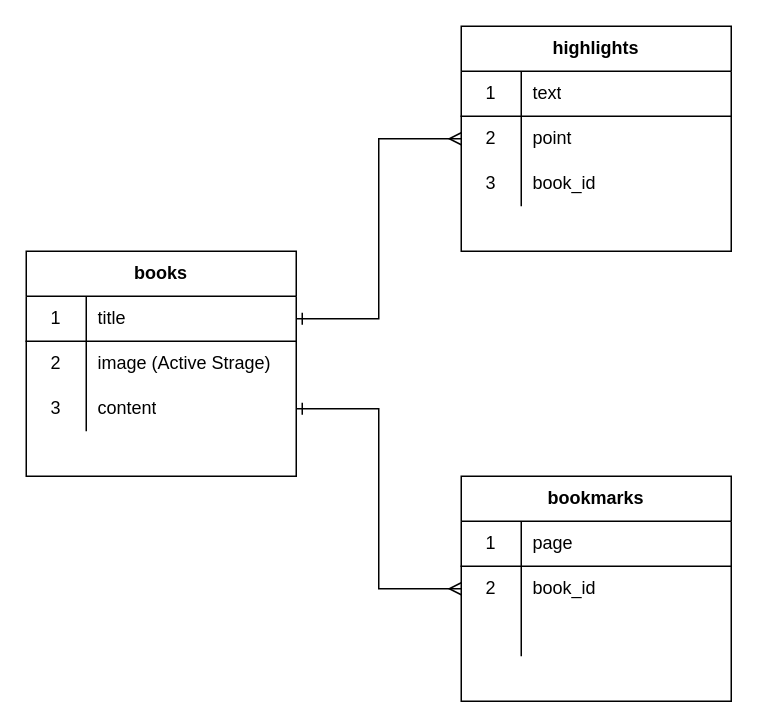
hiro-mu/book_smart keeps this draw.io diagram as database.dio. Above is the earlier version. Source tidied: cells renumbered, new cells numbered last; positions are measured from the earlier drawing's top-left corner, leaving out a move shared by most shapes. Both pictures are drawn from the tidied source at 150%, with x=0, y=0 at pixel (26, 26).
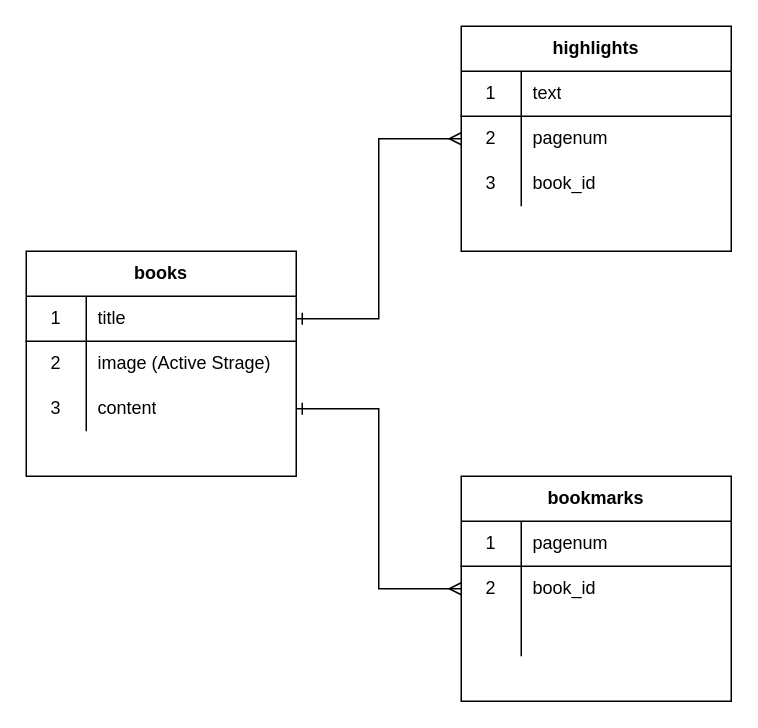
The same page after the edit.

The change refers to these unchanged cells:
```xml
<mxCell id="16" style="shape=partialRectangle;html=1;whiteSpace=wrap;fillColor=none;top=0;left=0;bottom=0;right=0;points=[[0,0.5],[1,0.5]];portConstraint=eastwest;" parent="12" vertex="1">
  <mxGeometry y="60" width="180" height="30" as="geometry" />
</mxCell>
<mxCell id="23" style="shape=partialRectangle;html=1;whiteSpace=wrap;fillColor=none;top=0;left=0;bottom=1;right=0;" parent="22" vertex="1">
  <mxGeometry y="30" width="180" height="30" as="geometry" />
</mxCell>
```

The edit, as a diff of the source:
```diff
@@
-    <mxCell id="18" value="point" style="shape=partialRectangle;html=1;whiteSpace=wrap;fillColor=none;top=0;left=0;bottom=0;right=0;align=left;spacingLeft=6;overflow=hidden;" parent="16" vertex="1">
+    <mxCell id="18" value="pagenum" style="shape=partialRectangle;html=1;whiteSpace=wrap;fillColor=none;top=0;left=0;bottom=0;right=0;align=left;spacingLeft=6;overflow=hidden;" parent="16" vertex="1">
       <mxGeometry x="40" width="140" height="30" as="geometry" />
     </mxCell>
@@
-    <mxCell id="25" value="page" style="shape=partialRectangle;html=1;whiteSpace=wrap;fillColor=none;top=0;left=0;bottom=0;right=0;align=left;spacingLeft=6;overflow=hidden;" parent="23" vertex="1">
+    <mxCell id="25" value="pagenum" style="shape=partialRectangle;html=1;whiteSpace=wrap;fillColor=none;top=0;left=0;bottom=0;right=0;align=left;spacingLeft=6;overflow=hidden;" parent="23" vertex="1">
       <mxGeometry x="40" width="140" height="30" as="geometry" />
     </mxCell>
```
